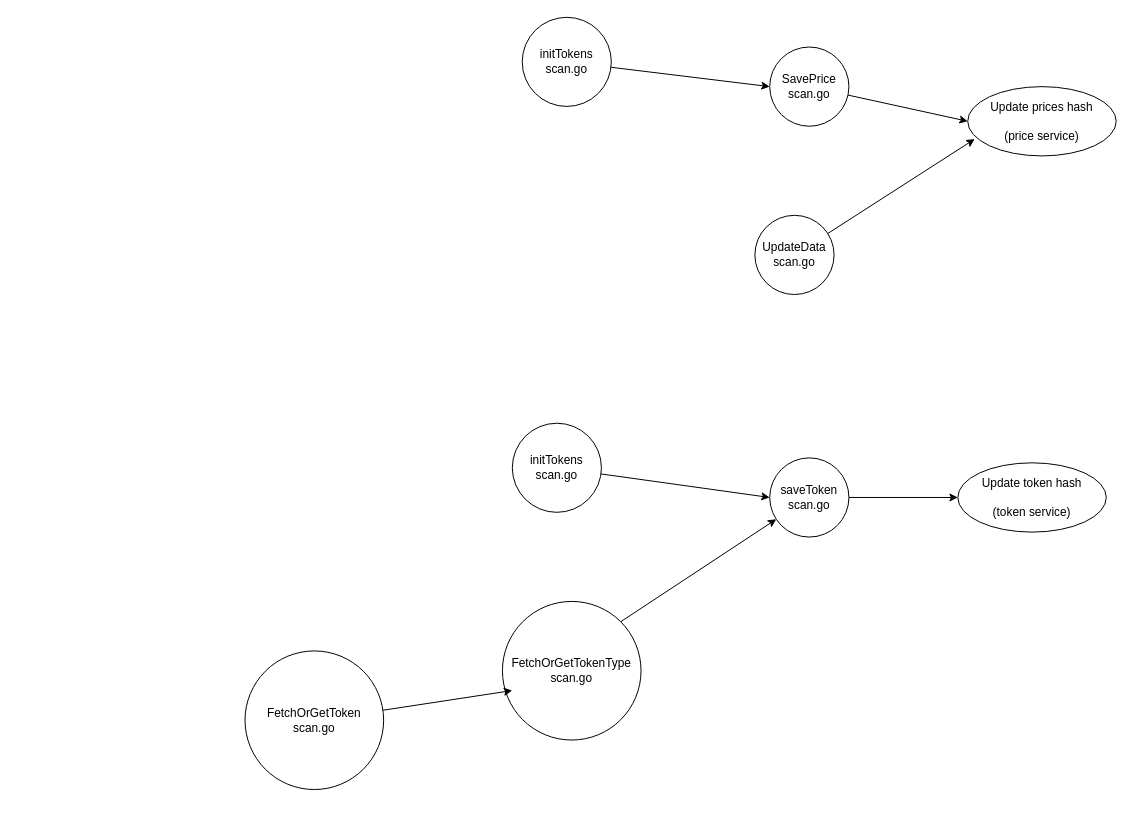
This is Prices coupled dependencies.drawio from piavgh/draw.io-data, a draw.io file, before an edit. Source tidied: cells renumbered, new cells numbered last; positions are measured from the earlier drawing's top-left corner, leaving out a move shared by most shapes. Both pictures are drawn from the tidied source at 99%, with x=0, y=0 at pixel (245, 17).
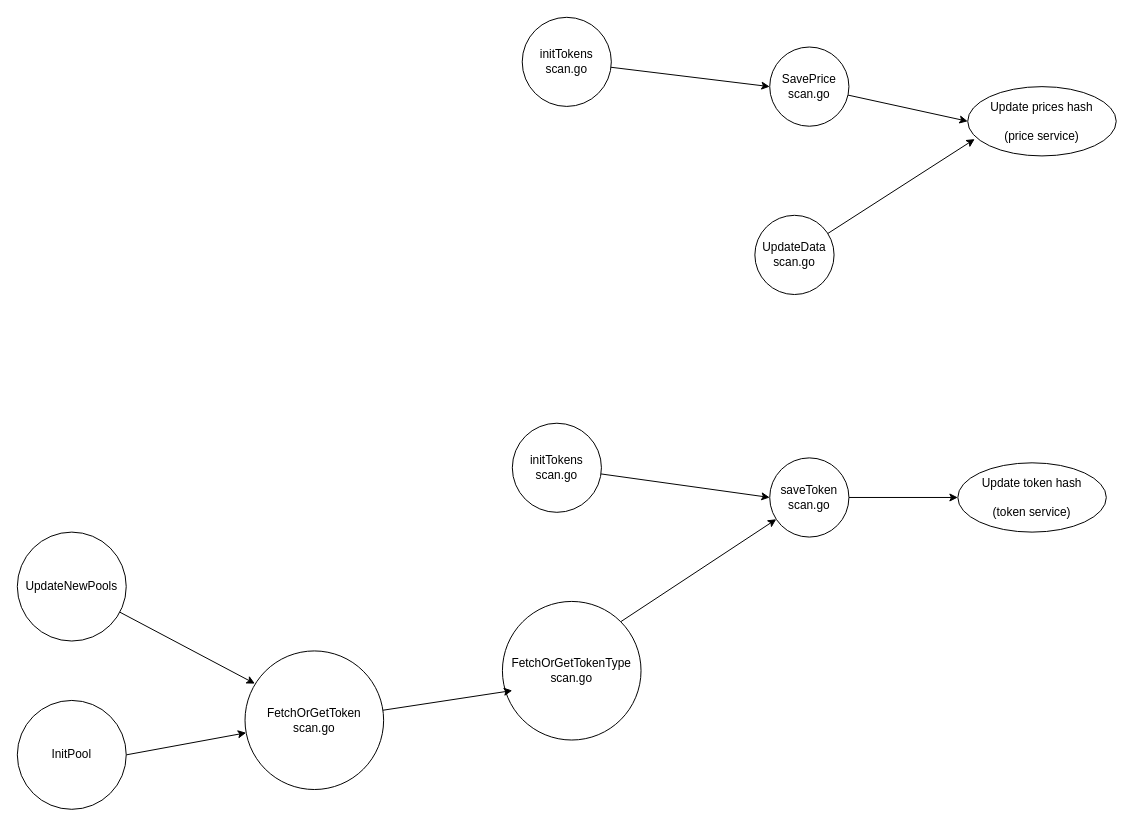
After the change.

Unchanged cells that the change refers to:
```xml
<mxCell id="17" value="FetchOrGetToken&lt;br&gt;scan.go" style="ellipse;whiteSpace=wrap;html=1;" parent="1" vertex="1">
  <mxGeometry y="640" width="140" height="140" as="geometry" />
</mxCell>
```

Diff of the diagram source:
```diff
@@
+    <mxCell id="18" style="rounded=0;jettySize=auto;html=1;entryX=0.071;entryY=0.236;entryDx=0;entryDy=0;entryPerimeter=0;" parent="1" edge="1" source="19" target="17">
+      <mxGeometry relative="1" as="geometry" />
+    </mxCell>
+    <mxCell id="19" value="UpdateNewPools" style="ellipse;whiteSpace=wrap;html=1;" parent="1" vertex="1">
+      <mxGeometry x="-230" y="520" width="110" height="110" as="geometry" />
+    </mxCell>
+    <mxCell id="20" style="edgeStyle=none;rounded=0;jettySize=auto;html=1;exitX=1;exitY=0.5;exitDx=0;exitDy=0;" parent="1" edge="1" source="21" target="17">
+      <mxGeometry relative="1" as="geometry" />
+    </mxCell>
+    <mxCell id="21" value="InitPool" style="ellipse;whiteSpace=wrap;html=1;" parent="1" vertex="1">
+      <mxGeometry x="-230" y="690" width="110" height="110" as="geometry" />
+    </mxCell>
```
